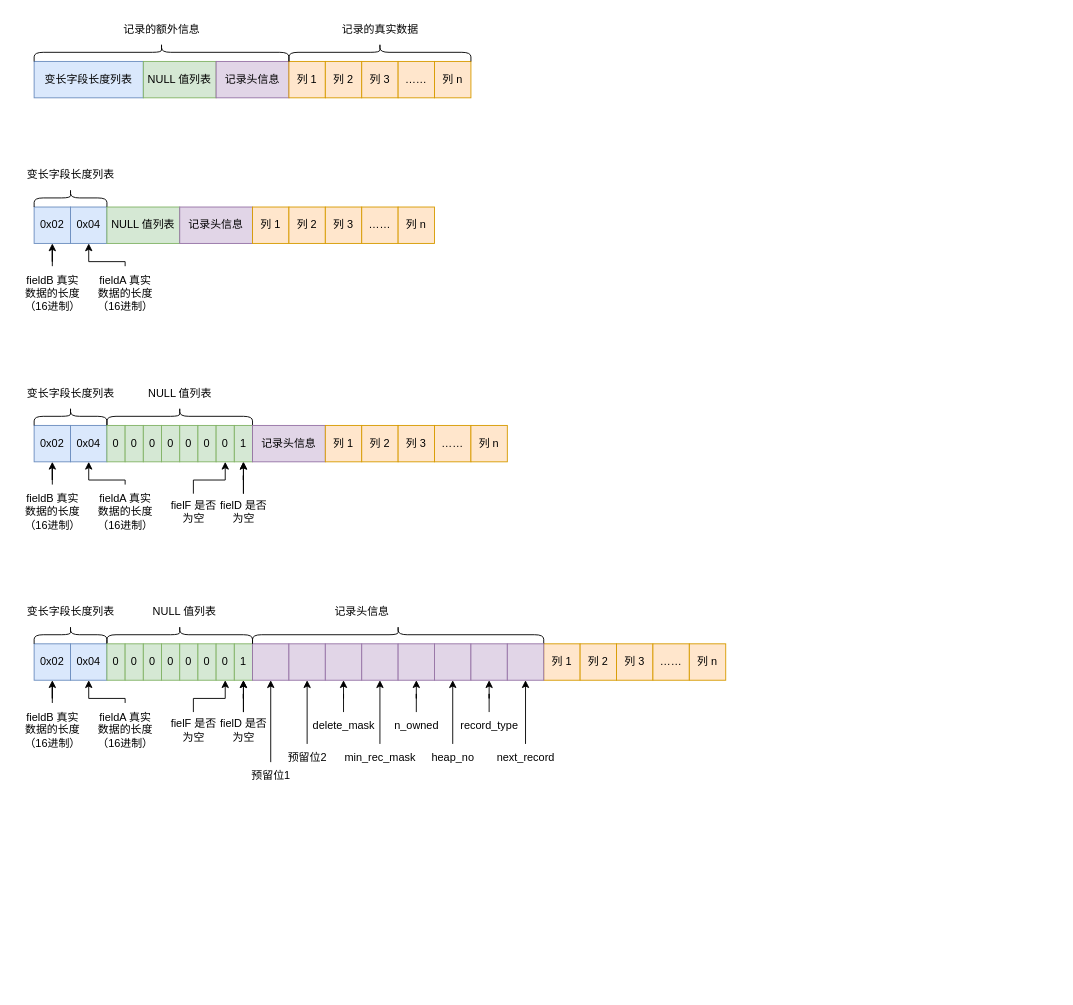
Above: InnoDB 的 COMPACT 行格式/InnoDB 的 COMPACT 行格式.drawio in zero-97/picture-of-the-article (draw.io), before the change. Source tidied: cells renumbered, new cells numbered last; positions are measured from the earlier drawing's top-left corner, leaving out a move shared by most shapes. Both pictures are drawn from the tidied source at 91%, with x=0, y=0 at pixel (15, -76).
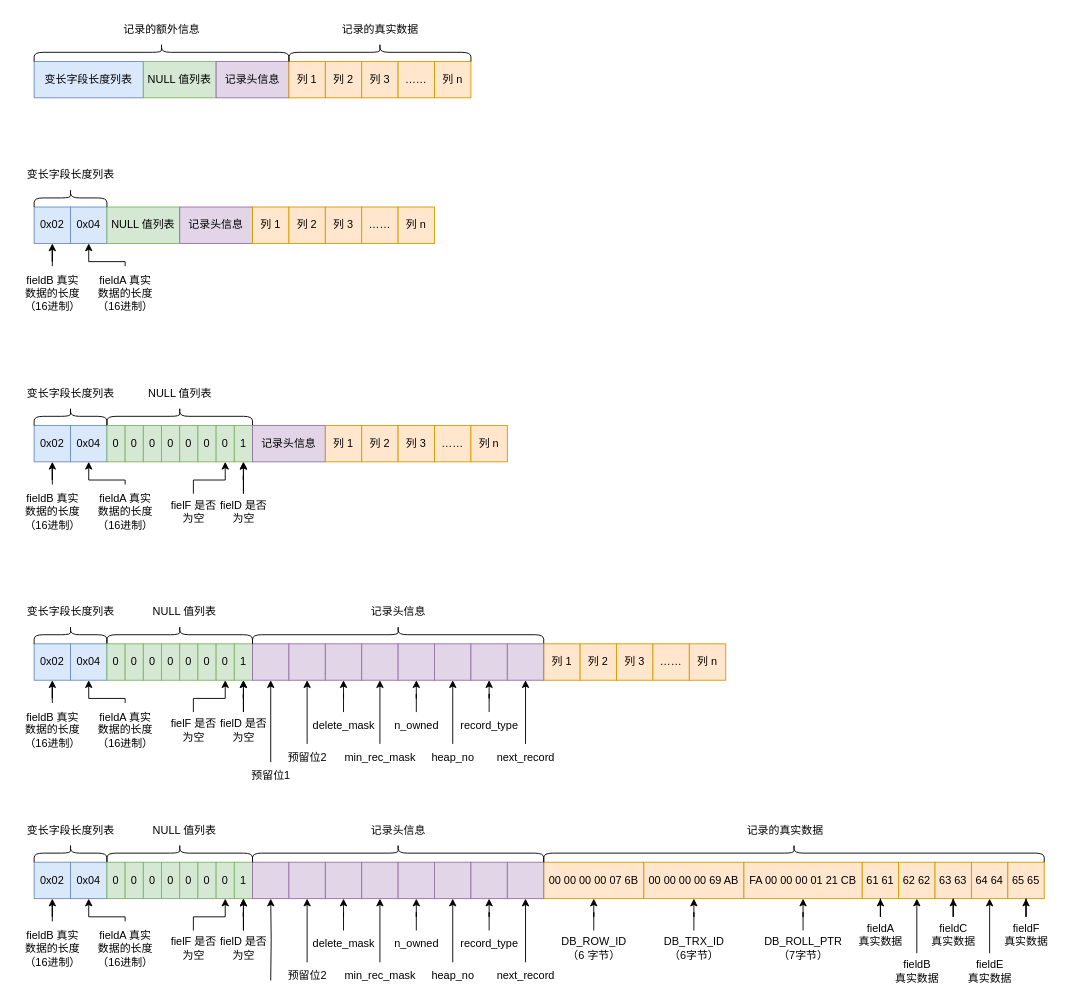
Above is the later version.

Diff of the diagram source:
```diff
@@
     <mxCell id="88" value="&lt;span style=&quot;&quot;&gt;记录头信息&lt;/span&gt;" style="text;html=1;align=center;verticalAlign=middle;strokeColor=none;fillColor=none;" parent="1" vertex="1">
-      <mxGeometry x="340" y="740" width="80" height="30" as="geometry" />
+      <mxGeometry x="380" y="740" width="80" height="30" as="geometry" />
     </mxCell>
@@
+    <mxCell id="112" value="0x02" style="rounded=0;whiteSpace=wrap;html=1;fillColor=#dae8fc;strokeColor=#6c8ebf;" parent="1" vertex="1">
+      <mxGeometry x="20" y="1030" width="40" height="40" as="geometry" />
+    </mxCell>
+    <mxCell id="113" value="0x04" style="rounded=0;whiteSpace=wrap;html=1;fillColor=#dae8fc;strokeColor=#6c8ebf;" parent="1" vertex="1">
+      <mxGeometry x="60" y="1030" width="40" height="40" as="geometry" />
+    </mxCell>
+    <mxCell id="114" style="shape=curlyBracket;whiteSpace=wrap;html=1;rounded=1;rotation=90;" parent="1" vertex="1">
+      <mxGeometry x="50" y="980" width="20" height="80" as="geometry" />
+    </mxCell>
+    <mxCell id="115" style="shape=curlyBracket;whiteSpace=wrap;html=1;rounded=1;rotation=90;" parent="1" vertex="1">
+      <mxGeometry x="170" y="940" width="20" height="160" as="geometry" />
+    </mxCell>
+    <mxCell id="116" value="0" style="rounded=0;whiteSpace=wrap;html=1;fillColor=#d5e8d4;strokeColor=#82b366;" parent="1" vertex="1">
+      <mxGeometry x="100" y="1030" width="20" height="40" as="geometry" />
+    </mxCell>
+    <mxCell id="117" value="0" style="rounded=0;whiteSpace=wrap;html=1;fillColor=#d5e8d4;strokeColor=#82b366;" parent="1" vertex="1">
+      <mxGeometry x="120" y="1030" width="20" height="40" as="geometry" />
+    </mxCell>
+    <mxCell id="118" value="0" style="rounded=0;whiteSpace=wrap;html=1;fillColor=#d5e8d4;strokeColor=#82b366;" parent="1" vertex="1">
+      <mxGeometry x="140" y="1030" width="20" height="40" as="geometry" />
+    </mxCell>
+    <mxCell id="119" value="0" style="rounded=0;whiteSpace=wrap;html=1;fillColor=#d5e8d4;strokeColor=#82b366;" parent="1" vertex="1">
+      <mxGeometry x="160" y="1030" width="20" height="40" as="geometry" />
+    </mxCell>
+    <mxCell id="120" value="0" style="rounded=0;whiteSpace=wrap;html=1;fillColor=#d5e8d4;strokeColor=#82b366;" parent="1" vertex="1">
+      <mxGeometry x="180" y="1030" width="20" height="40" as="geometry" />
+    </mxCell>
+    <mxCell id="121" value="0" style="rounded=0;whiteSpace=wrap;html=1;fillColor=#d5e8d4;strokeColor=#82b366;" parent="1" vertex="1">
+      <mxGeometry x="200" y="1030" width="20" height="40" as="geometry" />
+    </mxCell>
+    <mxCell id="122" value="0" style="rounded=0;whiteSpace=wrap;html=1;fillColor=#d5e8d4;strokeColor=#82b366;" parent="1" vertex="1">
+      <mxGeometry x="220" y="1030" width="20" height="40" as="geometry" />
+    </mxCell>
+    <mxCell id="123" value="1" style="rounded=0;whiteSpace=wrap;html=1;fillColor=#d5e8d4;strokeColor=#82b366;" parent="1" vertex="1">
+      <mxGeometry x="240" y="1030" width="20" height="40" as="geometry" />
+    </mxCell>
+    <mxCell id="124" style="edgeStyle=orthogonalEdgeStyle;rounded=0;jettySize=auto;html=1;" parent="1" edge="1" source="126" target="123">
+      <mxGeometry relative="1" as="geometry" />
+    </mxCell>
+    <mxCell id="125" style="edgeStyle=orthogonalEdgeStyle;rounded=0;jettySize=auto;html=1;" parent="1" edge="1" source="126" target="123">
+      <mxGeometry relative="1" as="geometry" />
+    </mxCell>
+    <mxCell id="126" value="fielD 是否&lt;br&gt;为空" style="text;html=1;align=center;verticalAlign=middle;points=[];strokeColor=none;fillColor=none;" parent="1" vertex="1">
+      <mxGeometry x="215" y="1105" width="70" height="40" as="geometry" />
+    </mxCell>
+    <mxCell id="127" style="edgeStyle=orthogonalEdgeStyle;rounded=0;jettySize=auto;html=1;" parent="1" edge="1" source="128" target="122">
+      <mxGeometry relative="1" as="geometry">
+        <Array as="points">
+          <mxPoint x="195" y="1090" />
+          <mxPoint x="230" y="1090" />
+        </Array>
+      </mxGeometry>
+    </mxCell>
+    <mxCell id="128" value="fielF 是否&lt;br&gt;为空" style="text;html=1;align=center;verticalAlign=middle;points=[];strokeColor=none;fillColor=none;" parent="1" vertex="1">
+      <mxGeometry x="160" y="1105" width="70" height="40" as="geometry" />
+    </mxCell>
+    <mxCell id="129" style="rounded=0;whiteSpace=wrap;html=1;fillColor=#e1d5e7;strokeColor=#9673a6;" parent="1" vertex="1">
+      <mxGeometry x="260" y="1030" width="40" height="40" as="geometry" />
+    </mxCell>
+    <mxCell id="130" value="00 00 00 00 07 6B" style="rounded=0;whiteSpace=wrap;html=1;fillColor=#ffe6cc;strokeColor=#d79b00;" parent="1" vertex="1">
+      <mxGeometry x="580" y="1030" width="110" height="40" as="geometry" />
+    </mxCell>
+    <mxCell id="131" style="edgeStyle=orthogonalEdgeStyle;rounded=0;jettySize=auto;html=1;entryX=0.5;entryY=1;entryDx=0;entryDy=0;" parent="1" edge="1" source="132" target="113">
+      <mxGeometry relative="1" as="geometry">
+        <Array as="points">
+          <mxPoint x="120" y="1090" />
+          <mxPoint x="80" y="1090" />
+        </Array>
+      </mxGeometry>
+    </mxCell>
+    <mxCell id="132" value="&lt;span style=&quot;&quot;&gt;fieldA 真实&lt;br&gt;数据的长度&lt;br&gt;（16进制）&lt;br&gt;&lt;/span&gt;" style="text;html=1;align=center;verticalAlign=middle;points=[];strokeColor=none;fillColor=none;" parent="1" vertex="1">
+      <mxGeometry x="80" y="1095" width="80" height="60" as="geometry" />
+    </mxCell>
+    <mxCell id="133" style="edgeStyle=orthogonalEdgeStyle;rounded=0;jettySize=auto;html=1;entryX=0.5;entryY=1;entryDx=0;entryDy=0;" parent="1" edge="1" source="134" target="112">
+      <mxGeometry relative="1" as="geometry" />
+    </mxCell>
+    <mxCell id="134" value="&lt;span style=&quot;&quot;&gt;fieldB 真实&lt;br&gt;数据的长度&lt;br&gt;（16进制）&lt;br&gt;&lt;/span&gt;" style="text;html=1;align=center;verticalAlign=middle;points=[];strokeColor=none;fillColor=none;" parent="1" vertex="1">
+      <mxGeometry y="1095" width="80" height="60" as="geometry" />
+    </mxCell>
+    <mxCell id="135" value="&lt;span style=&quot;&quot;&gt;变长字段长度列表&lt;/span&gt;" style="text;html=1;align=center;verticalAlign=middle;strokeColor=none;fillColor=none;" parent="1" vertex="1">
+      <mxGeometry y="980" width="120" height="30" as="geometry" />
+    </mxCell>
+    <mxCell id="136" value="&lt;span style=&quot;&quot;&gt;NULL 值列表&lt;/span&gt;" style="text;html=1;align=center;verticalAlign=middle;strokeColor=none;fillColor=none;" parent="1" vertex="1">
+      <mxGeometry x="140" y="980" width="90" height="30" as="geometry" />
+    </mxCell>
+    <mxCell id="137" style="shape=curlyBracket;whiteSpace=wrap;html=1;rounded=1;rotation=90;" parent="1" vertex="1">
+      <mxGeometry x="410" y="860" width="20" height="320" as="geometry" />
+    </mxCell>
+    <mxCell id="138" value="&lt;span style=&quot;&quot;&gt;记录头信息&lt;/span&gt;" style="text;html=1;align=center;verticalAlign=middle;strokeColor=none;fillColor=none;" parent="1" vertex="1">
+      <mxGeometry x="380" y="980" width="80" height="30" as="geometry" />
+    </mxCell>
+    <mxCell id="139" style="edgeStyle=orthogonalEdgeStyle;rounded=0;jettySize=auto;html=1;entryX=0.5;entryY=1;entryDx=0;entryDy=0;" parent="1" edge="1" target="129">
+      <mxGeometry relative="1" as="geometry">
+        <mxPoint x="280" y="1160" as="sourcePoint" />
+      </mxGeometry>
+    </mxCell>
+    <mxCell id="140" style="rounded=0;whiteSpace=wrap;html=1;fillColor=#e1d5e7;strokeColor=#9673a6;" parent="1" vertex="1">
+      <mxGeometry x="300" y="1030" width="40" height="40" as="geometry" />
+    </mxCell>
+    <mxCell id="141" style="rounded=0;whiteSpace=wrap;html=1;fillColor=#e1d5e7;strokeColor=#9673a6;" parent="1" vertex="1">
+      <mxGeometry x="340" y="1030" width="40" height="40" as="geometry" />
+    </mxCell>
+    <mxCell id="142" style="rounded=0;whiteSpace=wrap;html=1;fillColor=#e1d5e7;strokeColor=#9673a6;" parent="1" vertex="1">
+      <mxGeometry x="380" y="1030" width="40" height="40" as="geometry" />
+    </mxCell>
+    <mxCell id="143" style="rounded=0;whiteSpace=wrap;html=1;fillColor=#e1d5e7;strokeColor=#9673a6;" parent="1" vertex="1">
+      <mxGeometry x="420" y="1030" width="40" height="40" as="geometry" />
+    </mxCell>
+    <mxCell id="144" style="rounded=0;whiteSpace=wrap;html=1;fillColor=#e1d5e7;strokeColor=#9673a6;" parent="1" vertex="1">
+      <mxGeometry x="460" y="1030" width="40" height="40" as="geometry" />
+    </mxCell>
+    <mxCell id="145" style="rounded=0;whiteSpace=wrap;html=1;fillColor=#e1d5e7;strokeColor=#9673a6;" parent="1" vertex="1">
+      <mxGeometry x="500" y="1030" width="40" height="40" as="geometry" />
+    </mxCell>
+    <mxCell id="146" style="rounded=0;whiteSpace=wrap;html=1;fillColor=#e1d5e7;strokeColor=#9673a6;" parent="1" vertex="1">
+      <mxGeometry x="540" y="1030" width="40" height="40" as="geometry" />
+    </mxCell>
+    <mxCell id="147" style="edgeStyle=orthogonalEdgeStyle;rounded=0;jettySize=auto;html=1;entryX=0.5;entryY=1;entryDx=0;entryDy=0;" parent="1" edge="1" source="148" target="146">
+      <mxGeometry relative="1" as="geometry" />
+    </mxCell>
+    <mxCell id="148" value="next_record" style="text;html=1;align=center;verticalAlign=middle;points=[];strokeColor=none;fillColor=none;" parent="1" vertex="1">
+      <mxGeometry x="515" y="1140" width="90" height="30" as="geometry" />
+    </mxCell>
+    <mxCell id="149" style="edgeStyle=orthogonalEdgeStyle;rounded=0;jettySize=auto;html=1;entryX=0.5;entryY=1;entryDx=0;entryDy=0;" parent="1" edge="1" source="150" target="145">
+      <mxGeometry relative="1" as="geometry" />
+    </mxCell>
+    <mxCell id="150" value="record_type" style="text;html=1;align=center;verticalAlign=middle;points=[];strokeColor=none;fillColor=none;" parent="1" vertex="1">
+      <mxGeometry x="475" y="1105" width="90" height="30" as="geometry" />
+    </mxCell>
+    <mxCell id="151" style="edgeStyle=orthogonalEdgeStyle;rounded=0;jettySize=auto;html=1;entryX=0.5;entryY=1;entryDx=0;entryDy=0;" parent="1" edge="1" source="152" target="144">
+      <mxGeometry relative="1" as="geometry" />
+    </mxCell>
+    <mxCell id="152" value="heap_no" style="text;html=1;align=center;verticalAlign=middle;points=[];strokeColor=none;fillColor=none;" parent="1" vertex="1">
+      <mxGeometry x="445" y="1140" width="70" height="30" as="geometry" />
+    </mxCell>
+    <mxCell id="153" style="edgeStyle=orthogonalEdgeStyle;rounded=0;jettySize=auto;html=1;entryX=0.5;entryY=1;entryDx=0;entryDy=0;" parent="1" edge="1" source="154" target="143">
+      <mxGeometry relative="1" as="geometry" />
+    </mxCell>
+    <mxCell id="154" value="n_owned" style="text;html=1;align=center;verticalAlign=middle;points=[];strokeColor=none;fillColor=none;" parent="1" vertex="1">
+      <mxGeometry x="405" y="1105" width="70" height="30" as="geometry" />
+    </mxCell>
+    <mxCell id="155" style="edgeStyle=orthogonalEdgeStyle;rounded=0;jettySize=auto;html=1;entryX=0.5;entryY=1;entryDx=0;entryDy=0;" parent="1" edge="1" source="156" target="142">
+      <mxGeometry relative="1" as="geometry" />
+    </mxCell>
+    <mxCell id="156" value="min_rec_mask" style="text;html=1;align=center;verticalAlign=middle;points=[];strokeColor=none;fillColor=none;" parent="1" vertex="1">
+      <mxGeometry x="350" y="1140" width="100" height="30" as="geometry" />
+    </mxCell>
+    <mxCell id="157" style="edgeStyle=orthogonalEdgeStyle;rounded=0;jettySize=auto;html=1;entryX=0.5;entryY=1;entryDx=0;entryDy=0;" parent="1" edge="1" source="158" target="141">
+      <mxGeometry relative="1" as="geometry" />
+    </mxCell>
+    <mxCell id="158" value="delete_mask" style="text;html=1;align=center;verticalAlign=middle;points=[];strokeColor=none;fillColor=none;" parent="1" vertex="1">
+      <mxGeometry x="315" y="1105" width="90" height="30" as="geometry" />
+    </mxCell>
+    <mxCell id="159" style="edgeStyle=orthogonalEdgeStyle;rounded=0;jettySize=auto;html=1;entryX=0.5;entryY=1;entryDx=0;entryDy=0;" parent="1" edge="1" source="160" target="140">
+      <mxGeometry relative="1" as="geometry" />
+    </mxCell>
+    <mxCell id="160" value="预留位2" style="text;html=1;align=center;verticalAlign=middle;points=[];strokeColor=none;fillColor=none;" parent="1" vertex="1">
+      <mxGeometry x="285" y="1140" width="70" height="30" as="geometry" />
+    </mxCell>
+    <mxCell id="161" value="00 00 00 00 69 AB" style="rounded=0;whiteSpace=wrap;html=1;fillColor=#ffe6cc;strokeColor=#d79b00;" parent="1" vertex="1">
+      <mxGeometry x="690" y="1030" width="110" height="40" as="geometry" />
+    </mxCell>
+    <mxCell id="162" value="FA 00 00 00 01 21 CB" style="rounded=0;whiteSpace=wrap;html=1;fillColor=#ffe6cc;strokeColor=#d79b00;" parent="1" vertex="1">
+      <mxGeometry x="800" y="1030" width="130" height="40" as="geometry" />
+    </mxCell>
+    <mxCell id="163" value="61 61" style="rounded=0;whiteSpace=wrap;html=1;fillColor=#ffe6cc;strokeColor=#d79b00;" parent="1" vertex="1">
+      <mxGeometry x="930" y="1030" width="40" height="40" as="geometry" />
+    </mxCell>
+    <mxCell id="164" value="62 62" style="rounded=0;whiteSpace=wrap;html=1;fillColor=#ffe6cc;strokeColor=#d79b00;" parent="1" vertex="1">
+      <mxGeometry x="970" y="1030" width="40" height="40" as="geometry" />
+    </mxCell>
+    <mxCell id="165" value="63 63" style="rounded=0;whiteSpace=wrap;html=1;fillColor=#ffe6cc;strokeColor=#d79b00;" parent="1" vertex="1">
+      <mxGeometry x="1010" y="1030" width="40" height="40" as="geometry" />
+    </mxCell>
+    <mxCell id="166" value="64 64" style="rounded=0;whiteSpace=wrap;html=1;fillColor=#ffe6cc;strokeColor=#d79b00;" parent="1" vertex="1">
+      <mxGeometry x="1050" y="1030" width="40" height="40" as="geometry" />
+    </mxCell>
+    <mxCell id="167" value="65 65" style="rounded=0;whiteSpace=wrap;html=1;fillColor=#ffe6cc;strokeColor=#d79b00;" parent="1" vertex="1">
+      <mxGeometry x="1090" y="1030" width="40" height="40" as="geometry" />
+    </mxCell>
+    <mxCell id="168" value="记录的真实数据" style="text;html=1;align=center;verticalAlign=middle;strokeColor=none;fillColor=none;" parent="1" vertex="1">
+      <mxGeometry x="790" y="980" width="110" height="30" as="geometry" />
+    </mxCell>
+    <mxCell id="169" style="edgeStyle=orthogonalEdgeStyle;rounded=0;jettySize=auto;html=1;" parent="1" edge="1" source="170" target="130">
+      <mxGeometry relative="1" as="geometry" />
+    </mxCell>
+    <mxCell id="170" value="DB_ROW_ID&lt;br&gt;（6 字节）" style="text;html=1;align=center;verticalAlign=middle;points=[];strokeColor=none;fillColor=none;" parent="1" vertex="1">
+      <mxGeometry x="590" y="1105" width="90" height="40" as="geometry" />
+    </mxCell>
+    <mxCell id="171" style="edgeStyle=orthogonalEdgeStyle;rounded=0;jettySize=auto;html=1;entryX=0.5;entryY=1;entryDx=0;entryDy=0;" parent="1" edge="1" source="172" target="161">
+      <mxGeometry relative="1" as="geometry" />
+    </mxCell>
+    <mxCell id="172" value="DB_TRX_ID&lt;br&gt;（6字节）" style="text;html=1;align=center;verticalAlign=middle;points=[];strokeColor=none;fillColor=none;" parent="1" vertex="1">
+      <mxGeometry x="700" y="1105" width="90" height="40" as="geometry" />
+    </mxCell>
+    <mxCell id="173" style="edgeStyle=orthogonalEdgeStyle;rounded=0;jettySize=auto;html=1;entryX=0.5;entryY=1;entryDx=0;entryDy=0;" parent="1" edge="1" source="174" target="162">
+      <mxGeometry relative="1" as="geometry" />
+    </mxCell>
+    <mxCell id="174" value="DB_ROLL_PTR&lt;br&gt;（7字节）" style="text;html=1;align=center;verticalAlign=middle;points=[];strokeColor=none;fillColor=none;" parent="1" vertex="1">
+      <mxGeometry x="810" y="1105" width="110" height="40" as="geometry" />
+    </mxCell>
+    <mxCell id="175" style="edgeStyle=orthogonalEdgeStyle;rounded=0;jettySize=auto;html=1;entryX=0.5;entryY=1;entryDx=0;entryDy=0;" parent="1" edge="1" source="176" target="163">
+      <mxGeometry relative="1" as="geometry" />
+    </mxCell>
+    <mxCell id="176" value="&lt;div&gt;fieldA&lt;/div&gt;&lt;div&gt;真实&lt;span style=&quot;background-color: initial;&quot;&gt;数据&lt;/span&gt;&lt;/div&gt;" style="text;html=1;align=center;verticalAlign=middle;points=[];strokeColor=none;fillColor=none;" parent="1" vertex="1">
+      <mxGeometry x="915" y="1090" width="70" height="40" as="geometry" />
+    </mxCell>
+    <mxCell id="177" style="edgeStyle=orthogonalEdgeStyle;rounded=0;jettySize=auto;html=1;entryX=0.5;entryY=1;entryDx=0;entryDy=0;" parent="1" edge="1" source="178" target="164">
+      <mxGeometry relative="1" as="geometry" />
+    </mxCell>
+    <mxCell id="178" value="&lt;div&gt;fieldB&lt;/div&gt;&lt;div&gt;真实&lt;span style=&quot;background-color: initial;&quot;&gt;数据&lt;/span&gt;&lt;/div&gt;" style="text;html=1;align=center;verticalAlign=middle;points=[];strokeColor=none;fillColor=none;" parent="1" vertex="1">
+      <mxGeometry x="955" y="1130" width="70" height="40" as="geometry" />
+    </mxCell>
+    <mxCell id="179" style="edgeStyle=orthogonalEdgeStyle;rounded=0;jettySize=auto;html=1;" parent="1" edge="1" source="180" target="165">
+      <mxGeometry relative="1" as="geometry" />
+    </mxCell>
+    <mxCell id="180" value="&lt;div&gt;fieldC&lt;/div&gt;&lt;div&gt;真实&lt;span style=&quot;background-color: initial;&quot;&gt;数据&lt;/span&gt;&lt;/div&gt;" style="text;html=1;align=center;verticalAlign=middle;points=[];strokeColor=none;fillColor=none;" parent="1" vertex="1">
+      <mxGeometry x="995" y="1090" width="70" height="40" as="geometry" />
+    </mxCell>
+    <mxCell id="181" style="edgeStyle=orthogonalEdgeStyle;rounded=0;jettySize=auto;html=1;" parent="1" edge="1" source="182" target="166">
+      <mxGeometry relative="1" as="geometry" />
+    </mxCell>
+    <mxCell id="182" value="&lt;div&gt;fieldE&lt;/div&gt;&lt;div&gt;真实&lt;span style=&quot;background-color: initial;&quot;&gt;数据&lt;/span&gt;&lt;/div&gt;" style="text;html=1;align=center;verticalAlign=middle;points=[];strokeColor=none;fillColor=none;" parent="1" vertex="1">
+      <mxGeometry x="1035" y="1130" width="70" height="40" as="geometry" />
+    </mxCell>
+    <mxCell id="183" style="shape=curlyBracket;whiteSpace=wrap;html=1;rounded=1;rotation=90;" parent="1" vertex="1">
+      <mxGeometry x="845" y="745" width="20" height="550" as="geometry" />
+    </mxCell>
+    <mxCell id="184" style="edgeStyle=orthogonalEdgeStyle;rounded=0;jettySize=auto;html=1;" parent="1" edge="1" source="185" target="167">
+      <mxGeometry relative="1" as="geometry" />
+    </mxCell>
+    <mxCell id="185" value="&lt;div&gt;fieldF&lt;/div&gt;&lt;div&gt;真实&lt;span style=&quot;background-color: initial;&quot;&gt;数据&lt;/span&gt;&lt;/div&gt;" style="text;html=1;align=center;verticalAlign=middle;points=[];strokeColor=none;fillColor=none;" parent="1" vertex="1">
+      <mxGeometry x="1075" y="1090" width="70" height="40" as="geometry" />
+    </mxCell>
```
